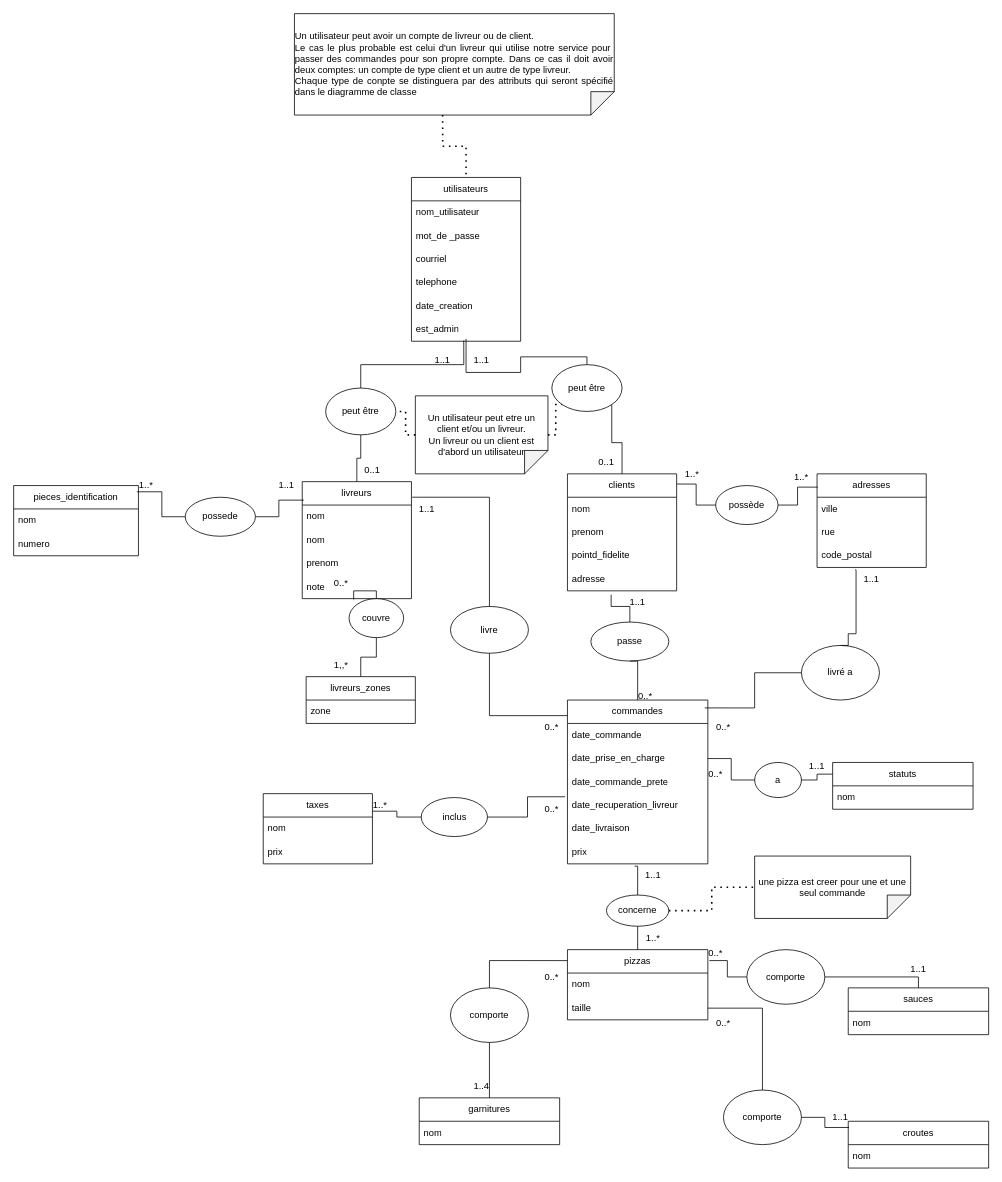
Earlier version of the draw.io diagram diagramme/db_entite.drawio (cgpvicto-2433366/projet_long). Source tidied: cells renumbered, new cells numbered last; positions are measured from the earlier drawing's top-left corner, leaving out a move shared by most shapes. Both pictures are drawn from the tidied source at 78%, with x=0, y=0 at pixel (13, 13).
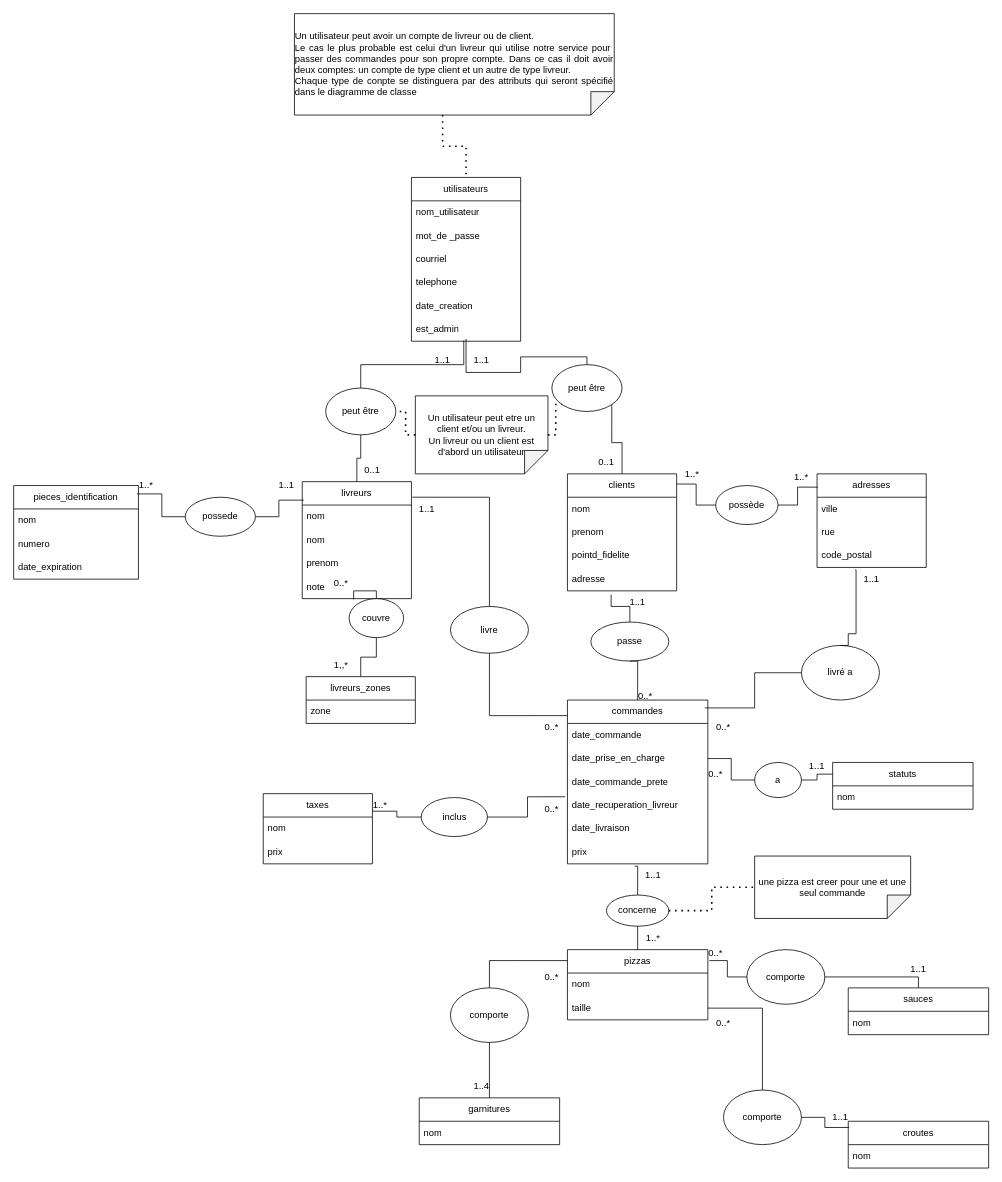
After the change.

Commit message (it also covers changes not shown here):
Ajout: Script de creation de la base de donnée: /database/schemas.sql

Diff of the diagram source:
```diff
@@
     <mxCell id="32" value="pieces_identification" style="swimlane;fontStyle=0;horizontal=1;startSize=30;whiteSpace=wrap;html=1;" parent="1" vertex="1">
-      <mxGeometry y="605" width="160" height="90" as="geometry" />
+      <mxGeometry y="605" width="160" height="120" as="geometry" />
     </mxCell>
@@
+    <mxCell id="126" value="date_expiration" style="text;strokeColor=none;fillColor=none;align=left;verticalAlign=middle;spacingLeft=4;spacingRight=4;overflow=hidden;whiteSpace=wrap;html=1;" parent="32" vertex="1">
+      <mxGeometry y="90" width="160" height="30" as="geometry" />
+    </mxCell>
```
